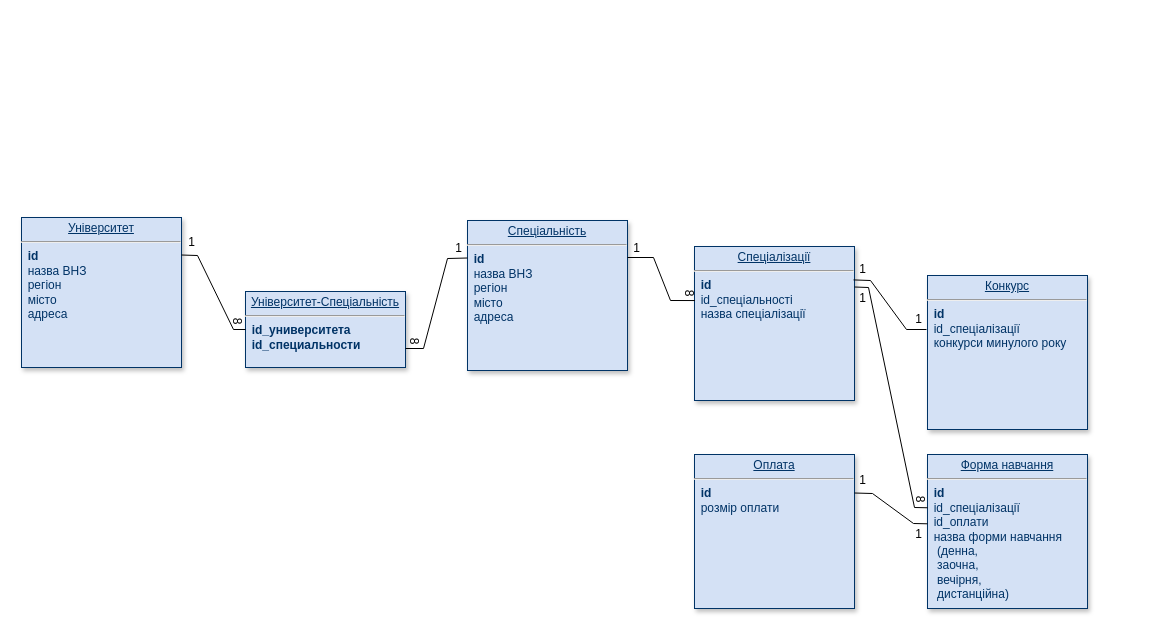
This is Диаграмма без названия.drawio from VadimKeranov/drawio, a draw.io file, before an edit. Source tidied: cells renumbered, new cells numbered last; positions are measured from the earlier drawing's top-left corner, leaving out a move shared by most shapes. Both pictures are drawn from the tidied source at 100%, with x=0, y=0 at pixel (21, 217).
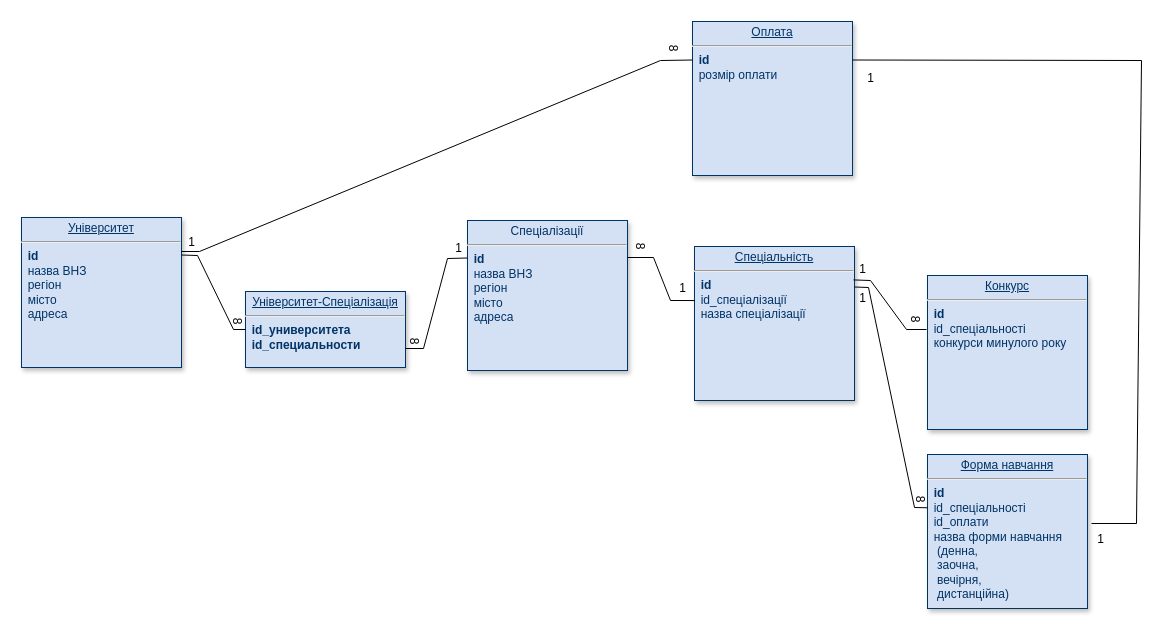
Above is the later version.

The edit, as a diff of the source:
```diff
@@
-    <mxCell id="3" value="&lt;p style=&quot;margin: 0px; margin-top: 4px; text-align: center; text-decoration: underline;&quot;&gt;Конкурс&lt;/p&gt;&lt;hr&gt;&amp;nbsp; &lt;b&gt;id&lt;br&gt;&lt;/b&gt;&amp;nbsp; id_спеціалізації&lt;br&gt;&amp;nbsp;&amp;nbsp;конкурси минулого року" style="verticalAlign=top;align=left;overflow=fill;fontSize=12;fontFamily=Helvetica;html=1;strokeColor=#003366;shadow=1;fillColor=#D4E1F5;fontColor=#003366;" parent="1" vertex="1">
+    <mxCell id="3" value="&lt;p style=&quot;margin: 0px; margin-top: 4px; text-align: center; text-decoration: underline;&quot;&gt;Конкурс&lt;/p&gt;&lt;hr&gt;&amp;nbsp; &lt;b&gt;id&lt;br&gt;&lt;/b&gt;&amp;nbsp; id_спеціальності&lt;br&gt;&amp;nbsp;&amp;nbsp;конкурси минулого року" style="verticalAlign=top;align=left;overflow=fill;fontSize=12;fontFamily=Helvetica;html=1;strokeColor=#003366;shadow=1;fillColor=#D4E1F5;fontColor=#003366;" parent="1" vertex="1">
       <mxGeometry x="906" y="58" width="160" height="154" as="geometry" />
     </mxCell>
-    <mxCell id="4" value="&lt;p style=&quot;margin: 0px; margin-top: 4px; text-align: center; text-decoration: underline;&quot;&gt;Спеціалізації&lt;/p&gt;&lt;hr&gt;&amp;nbsp; &lt;b&gt;id&lt;/b&gt;&lt;br&gt;&amp;nbsp; id_спеціальності&lt;br&gt;&amp;nbsp;&amp;nbsp;назва спеціалізації" style="verticalAlign=top;align=left;overflow=fill;fontSize=12;fontFamily=Helvetica;html=1;strokeColor=#003366;shadow=1;fillColor=#D4E1F5;fontColor=#003366;" parent="1" vertex="1">
+    <mxCell id="4" value="&lt;p style=&quot;margin: 0px; margin-top: 4px; text-align: center; text-decoration: underline;&quot;&gt;&lt;u style=&quot;border-color: var(--border-color);&quot;&gt;Спеціальність&lt;/u&gt;&lt;br&gt;&lt;/p&gt;&lt;hr&gt;&amp;nbsp; &lt;b&gt;id&lt;/b&gt;&lt;br&gt;&amp;nbsp; id_спеціалізації&lt;br&gt;&amp;nbsp;&amp;nbsp;назва спеціалізації" style="verticalAlign=top;align=left;overflow=fill;fontSize=12;fontFamily=Helvetica;html=1;strokeColor=#003366;shadow=1;fillColor=#D4E1F5;fontColor=#003366;" parent="1" vertex="1">
       <mxGeometry x="673" y="29" width="160" height="154" as="geometry" />
     </mxCell>
-    <mxCell id="5" value="&lt;p style=&quot;margin: 0px; margin-top: 4px; text-align: center; text-decoration: underline;&quot;&gt;&lt;/p&gt;&lt;div style=&quot;text-align: center;&quot;&gt;&lt;u&gt;Спеціальність&lt;/u&gt;&lt;/div&gt;&lt;hr&gt;&amp;nbsp; &lt;b&gt;id&lt;/b&gt;&lt;br style=&quot;border-color: var(--border-color);&quot;&gt;&lt;span style=&quot;background-color: initial;&quot;&gt;&amp;nbsp; назва ВНЗ&lt;/span&gt;&lt;br&gt;&lt;span style=&quot;background-color: initial;&quot;&gt;&amp;nbsp; регіон&lt;/span&gt;&lt;br&gt;&lt;span style=&quot;background-color: initial;&quot;&gt;&amp;nbsp; місто&lt;/span&gt;&lt;br&gt;&lt;div style=&quot;&quot;&gt;&lt;span style=&quot;background-color: initial;&quot;&gt;&amp;nbsp; адреса&lt;br&gt;&lt;/span&gt;&lt;/div&gt;" style="verticalAlign=top;align=left;overflow=fill;fontSize=12;fontFamily=Helvetica;html=1;strokeColor=#003366;shadow=1;fillColor=#D4E1F5;fontColor=#003366;" parent="1" vertex="1">
+    <mxCell id="5" value="&lt;p style=&quot;margin: 0px; margin-top: 4px; text-align: center; text-decoration: underline;&quot;&gt;&lt;/p&gt;&lt;div style=&quot;text-align: center;&quot;&gt;&lt;span style=&quot;background-color: initial;&quot;&gt;Спеціалізації&lt;/span&gt;&lt;/div&gt;&lt;hr&gt;&amp;nbsp; &lt;b&gt;id&lt;/b&gt;&lt;br style=&quot;border-color: var(--border-color);&quot;&gt;&lt;span style=&quot;background-color: initial;&quot;&gt;&amp;nbsp; назва ВНЗ&lt;/span&gt;&lt;br&gt;&lt;span style=&quot;background-color: initial;&quot;&gt;&amp;nbsp; регіон&lt;/span&gt;&lt;br&gt;&lt;span style=&quot;background-color: initial;&quot;&gt;&amp;nbsp; місто&lt;/span&gt;&lt;br&gt;&lt;div style=&quot;&quot;&gt;&lt;span style=&quot;background-color: initial;&quot;&gt;&amp;nbsp; адреса&lt;br&gt;&lt;/span&gt;&lt;/div&gt;" style="verticalAlign=top;align=left;overflow=fill;fontSize=12;fontFamily=Helvetica;html=1;strokeColor=#003366;shadow=1;fillColor=#D4E1F5;fontColor=#003366;" parent="1" vertex="1">
       <mxGeometry x="446" y="3" width="160" height="150" as="geometry" />
     </mxCell>
     <mxCell id="6" value="&lt;p style=&quot;margin: 0px; margin-top: 4px; text-align: center; text-decoration: underline;&quot;&gt;Оплата&lt;/p&gt;&lt;hr&gt;&amp;nbsp;&lt;b&gt;&amp;nbsp;id&lt;/b&gt;&lt;br&gt;&amp;nbsp; розмір оплати" style="verticalAlign=top;align=left;overflow=fill;fontSize=12;fontFamily=Helvetica;html=1;strokeColor=#003366;shadow=1;fillColor=#D4E1F5;fontColor=#003366;" parent="1" vertex="1">
-      <mxGeometry x="673" y="237" width="160" height="154" as="geometry" />
+      <mxGeometry x="671" y="-196" width="160" height="154" as="geometry" />
     </mxCell>
-    <mxCell id="7" value="&lt;p style=&quot;margin: 0px; margin-top: 4px; text-align: center; text-decoration: underline;&quot;&gt;Форма навчання&lt;/p&gt;&lt;hr&gt;&amp;nbsp; &lt;b&gt;id&lt;br&gt;&lt;/b&gt;&amp;nbsp; id_спеціалізації&lt;br&gt;&amp;nbsp; id_оплати&lt;br&gt;&amp;nbsp;&amp;nbsp;назва форми навчання &lt;br&gt;&amp;nbsp; &amp;nbsp;(денна, &lt;br&gt;&amp;nbsp; &amp;nbsp;заочна, &lt;br&gt;&amp;nbsp; &amp;nbsp;вечірня, &lt;br&gt;&amp;nbsp; &amp;nbsp;дистанційна)" style="verticalAlign=top;align=left;overflow=fill;fontSize=12;fontFamily=Helvetica;html=1;strokeColor=#003366;shadow=1;fillColor=#D4E1F5;fontColor=#003366;" parent="1" vertex="1">
+    <mxCell id="7" value="&lt;p style=&quot;margin: 0px; margin-top: 4px; text-align: center; text-decoration: underline;&quot;&gt;Форма навчання&lt;/p&gt;&lt;hr&gt;&amp;nbsp; &lt;b&gt;id&lt;br&gt;&lt;/b&gt;&amp;nbsp; id_спеціальності&lt;br&gt;&amp;nbsp; id_оплати&lt;br&gt;&amp;nbsp;&amp;nbsp;назва форми навчання &lt;br&gt;&amp;nbsp; &amp;nbsp;(денна, &lt;br&gt;&amp;nbsp; &amp;nbsp;заочна, &lt;br&gt;&amp;nbsp; &amp;nbsp;вечірня, &lt;br&gt;&amp;nbsp; &amp;nbsp;дистанційна)" style="verticalAlign=top;align=left;overflow=fill;fontSize=12;fontFamily=Helvetica;html=1;strokeColor=#003366;shadow=1;fillColor=#D4E1F5;fontColor=#003366;" parent="1" vertex="1">
       <mxGeometry x="906" y="237" width="160" height="154" as="geometry" />
     </mxCell>
@@
-    <mxCell id="11" value="1" style="text;html=1;align=center;verticalAlign=middle;strokeColor=none;fillColor=none;rotation=0;" parent="1" vertex="1">
-      <mxGeometry x="884" y="89" width="25" height="26" as="geometry" />
-    </mxCell>
     <mxCell id="12" value="8" style="text;html=1;align=center;verticalAlign=middle;strokeColor=none;fillColor=none;rotation=90;" parent="1" vertex="1">
-      <mxGeometry x="655" y="62" width="25" height="26" as="geometry" />
+      <mxGeometry x="606" y="15" width="25" height="26" as="geometry" />
     </mxCell>
-    <mxCell id="13" style="endArrow=none;html=1;rounded=0;entryX=1;entryY=0.25;entryDx=0;entryDy=0;exitX=0;exitY=0.45;exitDx=0;exitDy=0;exitPerimeter=0;" parent="1" edge="1" source="7" target="6">
+    <mxCell id="13" style="endArrow=none;html=1;rounded=0;entryX=1;entryY=0.25;entryDx=0;entryDy=0;" parent="1" edge="1" target="6">
       <mxGeometry relative="1" as="geometry">
+        <mxPoint x="1070" y="306" as="sourcePoint" />
         <Array as="points">
-          <mxPoint x="892" y="306" />
-          <mxPoint x="851" y="276" />
+          <mxPoint x="1115" y="306" />
+          <mxPoint x="1120" y="-157" />
         </Array>
       </mxGeometry>
     </mxCell>
@@
     <mxCell id="17" value="1" style="text;html=1;align=center;verticalAlign=middle;strokeColor=none;fillColor=none;" parent="1" vertex="1">
-      <mxGeometry x="828" y="250" width="25" height="26" as="geometry" />
+      <mxGeometry x="836" y="-152" width="25" height="26" as="geometry" />
     </mxCell>
     <mxCell id="18" value="1" style="text;html=1;align=center;verticalAlign=middle;strokeColor=none;fillColor=none;" parent="1" vertex="1">
-      <mxGeometry x="884" y="304" width="25" height="26" as="geometry" />
+      <mxGeometry x="1066" y="309" width="25" height="26" as="geometry" />
     </mxCell>
-    <mxCell id="19" value="&lt;p style=&quot;margin: 0px; margin-top: 4px; text-align: center; text-decoration: underline;&quot;&gt;Університет-Спеціальність&lt;/p&gt;&lt;hr&gt;&lt;b&gt;&amp;nbsp; id_университета&lt;br&gt;&amp;nbsp; id_специальности&amp;nbsp;&lt;br&gt;&amp;nbsp;&amp;nbsp;&lt;br&gt;&lt;/b&gt;" style="verticalAlign=top;align=left;overflow=fill;fontSize=12;fontFamily=Helvetica;html=1;strokeColor=#003366;shadow=1;fillColor=#D4E1F5;fontColor=#003366;" parent="1" vertex="1">
+    <mxCell id="19" value="&lt;p style=&quot;margin: 0px; margin-top: 4px; text-align: center; text-decoration: underline;&quot;&gt;Університет-Спеціалізація&lt;/p&gt;&lt;hr&gt;&lt;b&gt;&amp;nbsp; id_университета&lt;br&gt;&amp;nbsp; id_специальности&amp;nbsp;&lt;br&gt;&amp;nbsp;&amp;nbsp;&lt;br&gt;&lt;/b&gt;" style="verticalAlign=top;align=left;overflow=fill;fontSize=12;fontFamily=Helvetica;html=1;strokeColor=#003366;shadow=1;fillColor=#D4E1F5;fontColor=#003366;" parent="1" vertex="1">
       <mxGeometry x="224" y="74" width="160" height="76" as="geometry" />
     </mxCell>
@@
     <mxCell id="26" value="1" style="text;html=1;align=center;verticalAlign=middle;strokeColor=none;fillColor=none;" parent="1" vertex="1">
-      <mxGeometry x="602" y="18" width="25" height="26" as="geometry" />
+      <mxGeometry x="648" y="58" width="25" height="26" as="geometry" />
     </mxCell>
+    <mxCell id="27" style="endArrow=none;html=1;rounded=0;entryX=0;entryY=0.25;entryDx=0;entryDy=0;exitX=1;exitY=0.75;exitDx=0;exitDy=0;" parent="1" edge="1" target="6">
+      <mxGeometry relative="1" as="geometry">
+        <mxPoint x="160" y="34" as="sourcePoint" />
+        <Array as="points">
+          <mxPoint x="178" y="34" />
+          <mxPoint x="639" y="-157" />
+        </Array>
+      </mxGeometry>
+    </mxCell>
+    <mxCell id="28" value="8" style="text;html=1;align=center;verticalAlign=middle;strokeColor=none;fillColor=none;rotation=90;" parent="1" vertex="1">
+      <mxGeometry x="881" y="88" width="25" height="26" as="geometry" />
+    </mxCell>
+    <mxCell id="29" value="8" style="text;html=1;align=center;verticalAlign=middle;strokeColor=none;fillColor=none;rotation=90;" parent="1" vertex="1">
+      <mxGeometry x="639" y="-183" width="25" height="26" as="geometry" />
+    </mxCell>
```
